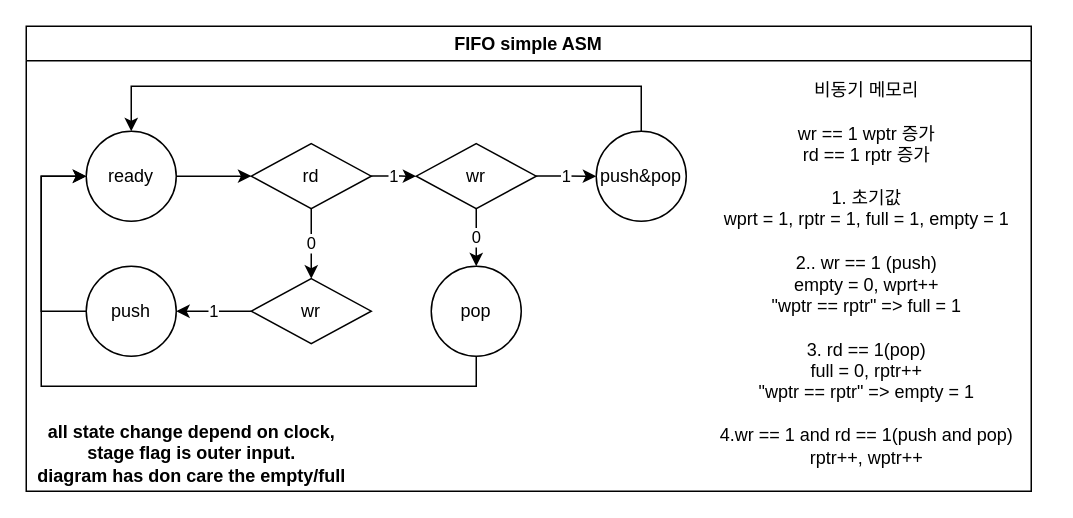
This is FIFO simple ASM.drawio from cong2738/FPGA_Harman, a draw.io file, before an edit. Source tidied: cells renumbered, new cells numbered last; positions are measured from the earlier drawing's top-left corner, leaving out a move shared by most shapes. Both pictures are drawn from the tidied source at 150%, with x=0, y=0 at pixel (26, 26).
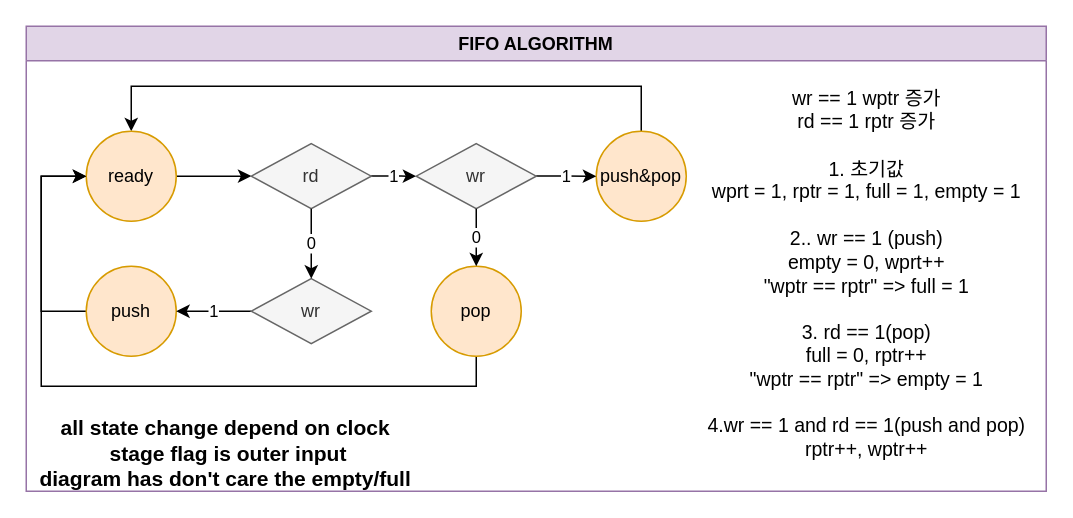
The same diagram, later.

The change refers to these unchanged cells:
```xml
<mxCell id="5" style="group;" parent="2" vertex="1">
  <mxGeometry x="10" y="40" width="440" height="200" as="geometry" />
</mxCell>
```

What changed in the source:
```diff
@@
-    <mxCell id="2" value="FIFO simple ASM" style="swimlane;whiteSpace=wrap;html=1;" parent="1" vertex="1">
-      <mxGeometry width="670" height="310" as="geometry" />
+    <mxCell id="2" value="FIFO ALGORITHM" style="swimlane;whiteSpace=wrap;html=1;fillColor=#e1d5e7;strokeColor=#9673a6;" parent="1" vertex="1">
+      <mxGeometry width="680" height="310" as="geometry" />
     </mxCell>
-    <mxCell id="3" value="&lt;div&gt;비동기 메모리&lt;/div&gt;&lt;div&gt;&lt;br&gt;&lt;/div&gt;wr == 1 wptr 증가&lt;br&gt;rd == 1 rptr 증가&lt;div&gt;&lt;br&gt;&lt;/div&gt;&lt;div&gt;1. 초기값&lt;/div&gt;&lt;div&gt;wprt = 1, rptr = 1, full = 1, empty = 1&lt;br&gt;&lt;/div&gt;&lt;div&gt;&lt;br&gt;&lt;/div&gt;&lt;div&gt;2.. wr == 1 (push)&lt;/div&gt;&lt;div&gt;empty = 0, wprt++&lt;/div&gt;&lt;div&gt;&quot;wptr == rptr&quot; =&amp;gt; full = 1&lt;/div&gt;&lt;div&gt;&lt;br&gt;&lt;/div&gt;&lt;div&gt;3. rd == 1(pop)&lt;/div&gt;&lt;div&gt;full = 0, rptr++&lt;/div&gt;&lt;div&gt;&quot;wptr == rptr&quot; =&amp;gt; empty = 1&lt;/div&gt;&lt;div&gt;&lt;br&gt;&lt;/div&gt;&lt;div&gt;4.wr == 1 and rd == 1(push and pop)&lt;/div&gt;&lt;div&gt;rptr++, wptr++&lt;/div&gt;" style="text;html=1;align=center;verticalAlign=middle;strokeColor=none;fillColor=none;" parent="2" vertex="1">
-      <mxGeometry x="450" y="30" width="220" height="270" as="geometry" />
+    <mxCell id="3" value="&lt;div&gt;&lt;span style=&quot;background-color: transparent; color: light-dark(rgb(0, 0, 0), rgb(255, 255, 255));&quot;&gt;wr == 1 wptr 증가&lt;/span&gt;&lt;/div&gt;rd == 1 rptr 증가&lt;div&gt;&lt;br&gt;&lt;/div&gt;&lt;div&gt;1. 초기값&lt;/div&gt;&lt;div&gt;wprt = 1, rptr = 1, full = 1, empty = 1&lt;br&gt;&lt;/div&gt;&lt;div&gt;&lt;br&gt;&lt;/div&gt;&lt;div&gt;2.. wr == 1 (push)&lt;/div&gt;&lt;div&gt;empty = 0, wprt++&lt;/div&gt;&lt;div&gt;&quot;wptr == rptr&quot; =&amp;gt; full = 1&lt;/div&gt;&lt;div&gt;&lt;br&gt;&lt;/div&gt;&lt;div&gt;3. rd == 1(pop)&lt;/div&gt;&lt;div&gt;full = 0, rptr++&lt;/div&gt;&lt;div&gt;&quot;wptr == rptr&quot; =&amp;gt; empty = 1&lt;/div&gt;&lt;div&gt;&lt;br&gt;&lt;/div&gt;&lt;div&gt;4.wr == 1 and rd == 1(push and pop)&lt;/div&gt;&lt;div&gt;rptr++, wptr++&lt;/div&gt;" style="text;html=1;align=center;verticalAlign=middle;strokeColor=none;fillColor=none;fontSize=13;" parent="2" vertex="1">
+      <mxGeometry x="440" y="35" width="240" height="260" as="geometry" />
     </mxCell>
-    <mxCell id="4" value="&lt;span style=&quot;font-weight: 700;&quot;&gt;all state change depend on clock, stage flag is outer input.&lt;/span&gt;&lt;div&gt;&lt;span style=&quot;font-weight: 700;&quot;&gt;diagram has don care the empty/full&lt;/span&gt;&lt;/div&gt;" style="text;html=1;align=center;verticalAlign=middle;whiteSpace=wrap;rounded=0;" parent="2" vertex="1">
-      <mxGeometry y="270" width="221" height="30" as="geometry" />
+    <mxCell id="4" value="&lt;span style=&quot;font-weight: 700;&quot;&gt;all state change depend on clock&amp;nbsp;&lt;/span&gt;&lt;div&gt;&lt;span style=&quot;font-weight: 700;&quot;&gt;stage flag is outer input&lt;/span&gt;&lt;div&gt;&lt;span style=&quot;font-weight: 700;&quot;&gt;diagram has don't care the empty/full&amp;nbsp;&lt;/span&gt;&lt;/div&gt;&lt;/div&gt;" style="text;html=1;align=center;verticalAlign=middle;whiteSpace=wrap;rounded=0;strokeWidth=1;fontSize=14;" parent="2" vertex="1">
+      <mxGeometry y="270" width="270" height="30" as="geometry" />
     </mxCell>
@@
-    <mxCell id="7" value="push&amp;amp;pop" style="ellipse;whiteSpace=wrap;html=1;" parent="5" vertex="1">
+    <mxCell id="7" value="push&amp;amp;pop" style="ellipse;whiteSpace=wrap;html=1;fillColor=#ffe6cc;strokeColor=#d79b00;fontSize=12;" parent="5" vertex="1">
       <mxGeometry x="370" y="30" width="60" height="60" as="geometry" />
     </mxCell>
@@
-    <mxCell id="9" value="ready" style="ellipse;whiteSpace=wrap;html=1;" parent="5" vertex="1">
+    <mxCell id="9" value="ready" style="ellipse;whiteSpace=wrap;html=1;fillColor=#ffe6cc;strokeColor=#d79b00;fontSize=12;" parent="5" vertex="1">
       <mxGeometry x="30" y="30" width="60" height="60" as="geometry" />
     </mxCell>
@@
-    <mxCell id="11" value="push" style="ellipse;whiteSpace=wrap;html=1;" parent="5" vertex="1">
+    <mxCell id="11" value="push" style="ellipse;whiteSpace=wrap;html=1;fillColor=#ffe6cc;strokeColor=#d79b00;fontSize=12;" parent="5" vertex="1">
       <mxGeometry x="30" y="120" width="60" height="60" as="geometry" />
     </mxCell>
@@
-    <mxCell id="13" value="pop" style="ellipse;whiteSpace=wrap;html=1;" parent="5" vertex="1">
+    <mxCell id="13" value="pop" style="ellipse;whiteSpace=wrap;html=1;fillColor=#ffe6cc;strokeColor=#d79b00;fontSize=12;" parent="5" vertex="1">
       <mxGeometry x="260" y="120" width="60" height="60" as="geometry" />
     </mxCell>
@@
-    <mxCell id="15" value="rd" style="rhombus;whiteSpace=wrap;html=1;" parent="5" vertex="1">
+    <mxCell id="15" value="rd" style="rhombus;whiteSpace=wrap;html=1;fillColor=#f5f5f5;fontColor=#333333;strokeColor=#666666;" parent="5" vertex="1">
       <mxGeometry x="140" y="38.3" width="80" height="43.3" as="geometry" />
     </mxCell>
@@
-    <mxCell id="17" value="wr" style="rhombus;whiteSpace=wrap;html=1;" parent="5" vertex="1">
+    <mxCell id="17" value="wr" style="rhombus;whiteSpace=wrap;html=1;fillColor=#f5f5f5;fontColor=#333333;strokeColor=#666666;" parent="5" vertex="1">
       <mxGeometry x="140" y="128.3" width="80" height="43.3" as="geometry" />
     </mxCell>
@@
-    <mxCell id="19" value="wr" style="rhombus;whiteSpace=wrap;html=1;" parent="5" vertex="1">
+    <mxCell id="19" value="wr" style="rhombus;whiteSpace=wrap;html=1;fillColor=#f5f5f5;fontColor=#333333;strokeColor=#666666;" parent="5" vertex="1">
       <mxGeometry x="250" y="38.3" width="80" height="43.3" as="geometry" />
     </mxCell>
```
